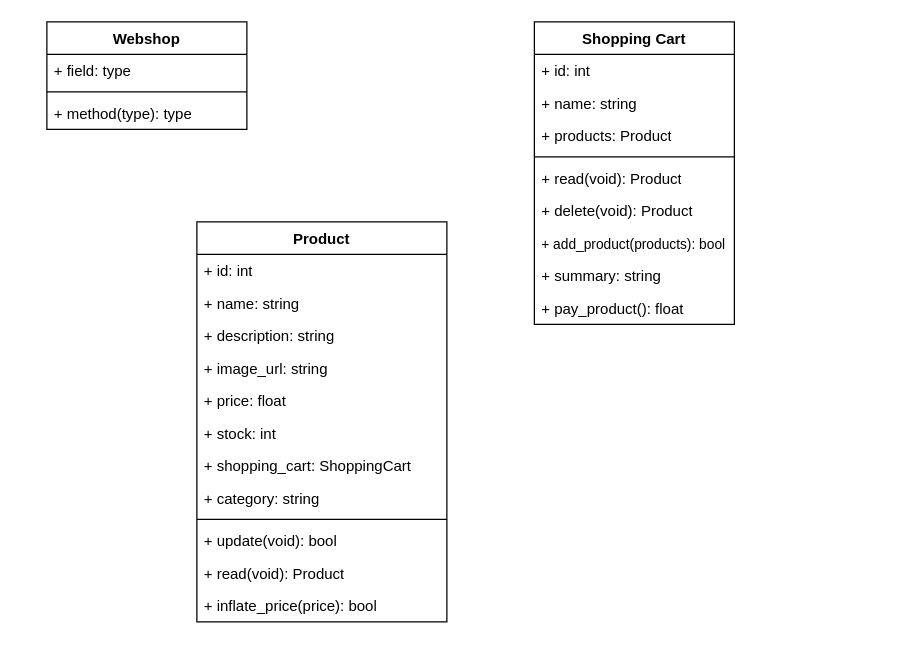
MoroniStubbe/project8 keeps this draw.io diagram as merged projects/documentatie/klassendiagram.drawio. Above is the earlier version. Source tidied: cells renumbered, new cells numbered last; positions are measured from the earlier drawing's top-left corner, leaving out a move shared by most shapes. Both pictures are drawn from the tidied source at 125%, with x=0, y=0 at pixel (46, 21).
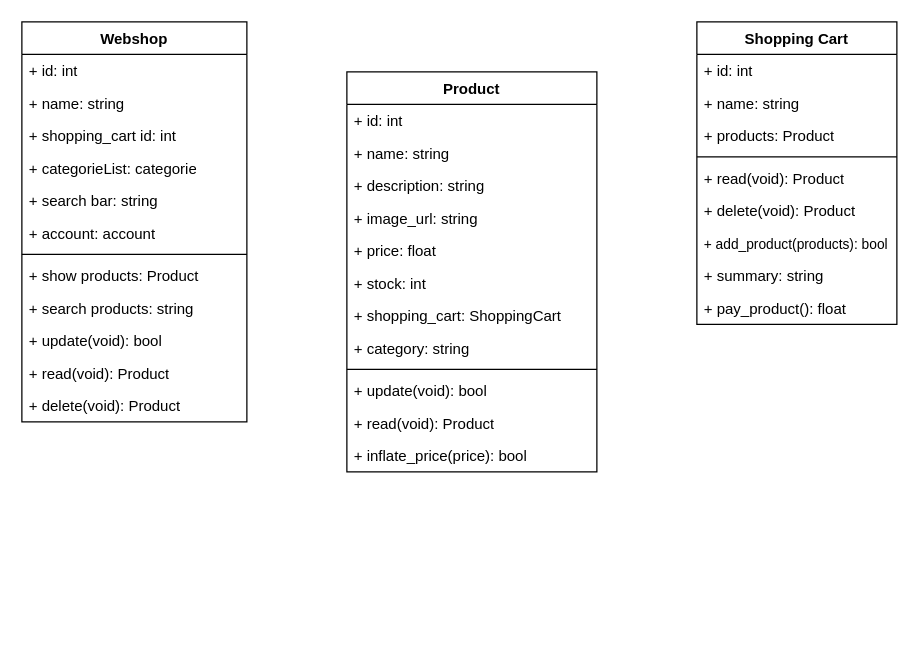
Above is the later version.

Commit message:
add webshop klassendiagram

Diff of the diagram source:
```diff
@@
-    <mxCell id="2" value="Webshop" style="swimlane;fontStyle=1;align=center;verticalAlign=top;horizontal=1;startSize=26;whiteSpace=wrap;html=1;" parent="1" vertex="1">
-      <mxGeometry width="160" height="86" as="geometry" />
-    </mxCell>
-    <mxCell id="3" value="+ field: type" style="text;strokeColor=none;fillColor=none;align=left;verticalAlign=top;spacingLeft=4;spacingRight=4;overflow=hidden;whiteSpace=wrap;html=1;" parent="2" vertex="1">
-      <mxGeometry y="26" width="160" height="26" as="geometry" />
-    </mxCell>
-    <mxCell id="4" style="line;strokeWidth=1;fillColor=none;align=left;verticalAlign=middle;spacingTop=-1;spacingLeft=3;spacingRight=3;labelPosition=right;strokeColor=inherit;" parent="2" vertex="1">
-      <mxGeometry y="52" width="160" height="8" as="geometry" />
-    </mxCell>
-    <mxCell id="5" value="+ method(type): type" style="text;strokeColor=none;fillColor=none;align=left;verticalAlign=top;spacingLeft=4;spacingRight=4;overflow=hidden;whiteSpace=wrap;html=1;" parent="2" vertex="1">
-      <mxGeometry y="60" width="160" height="26" as="geometry" />
-    </mxCell>
     <mxCell id="6" value="Product" style="swimlane;fontStyle=1;align=center;verticalAlign=top;horizontal=1;startSize=26;whiteSpace=wrap;html=1;" parent="1" vertex="1">
-      <mxGeometry x="120" y="160" width="200" height="320" as="geometry" />
+      <mxGeometry x="240" y="40" width="200" height="320" as="geometry" />
     </mxCell>
@@
     <mxCell id="19" value="Shopping Cart" style="swimlane;fontStyle=1;align=center;verticalAlign=top;horizontal=1;startSize=26;whiteSpace=wrap;html=1;" parent="1" vertex="1">
-      <mxGeometry x="390" width="160" height="242" as="geometry" />
+      <mxGeometry x="520" width="160" height="242" as="geometry" />
     </mxCell>
@@
+    <mxCell id="2" value="Webshop" style="swimlane;fontStyle=1;align=center;verticalAlign=top;horizontal=1;startSize=26;whiteSpace=wrap;html=1;" parent="1" vertex="1">
+      <mxGeometry x="-20" width="180" height="320" as="geometry" />
+    </mxCell>
+    <mxCell id="30" value="+ id: int" style="text;strokeColor=none;fillColor=none;align=left;verticalAlign=top;spacingLeft=4;spacingRight=4;overflow=hidden;whiteSpace=wrap;html=1;" parent="2" vertex="1">
+      <mxGeometry y="26" width="180" height="26" as="geometry" />
+    </mxCell>
+    <mxCell id="31" value="+ name: string" style="text;strokeColor=none;fillColor=none;align=left;verticalAlign=top;spacingLeft=4;spacingRight=4;overflow=hidden;whiteSpace=wrap;html=1;" parent="2" vertex="1">
+      <mxGeometry y="52" width="180" height="26" as="geometry" />
+    </mxCell>
+    <mxCell id="32" value="+ shopping_cart id: int" style="text;strokeColor=none;fillColor=none;align=left;verticalAlign=top;spacingLeft=4;spacingRight=4;overflow=hidden;whiteSpace=wrap;html=1;" parent="2" vertex="1">
+      <mxGeometry y="78" width="180" height="26" as="geometry" />
+    </mxCell>
+    <mxCell id="33" value="+ categorieList: categorie" style="text;strokeColor=none;fillColor=none;align=left;verticalAlign=top;spacingLeft=4;spacingRight=4;overflow=hidden;whiteSpace=wrap;html=1;" parent="2" vertex="1">
+      <mxGeometry y="104" width="180" height="26" as="geometry" />
+    </mxCell>
+    <mxCell id="34" value="+ search bar: string&amp;nbsp;" style="text;strokeColor=none;fillColor=none;align=left;verticalAlign=top;spacingLeft=4;spacingRight=4;overflow=hidden;whiteSpace=wrap;html=1;" parent="2" vertex="1">
+      <mxGeometry y="130" width="180" height="26" as="geometry" />
+    </mxCell>
+    <mxCell id="35" value="+ account: account" style="text;strokeColor=none;fillColor=none;align=left;verticalAlign=top;spacingLeft=4;spacingRight=4;overflow=hidden;whiteSpace=wrap;html=1;" parent="2" vertex="1">
+      <mxGeometry y="156" width="180" height="26" as="geometry" />
+    </mxCell>
+    <mxCell id="36" style="line;strokeWidth=1;fillColor=none;align=left;verticalAlign=middle;spacingTop=-1;spacingLeft=3;spacingRight=3;labelPosition=right;strokeColor=inherit;" parent="2" vertex="1">
+      <mxGeometry y="182" width="180" height="8" as="geometry" />
+    </mxCell>
+    <mxCell id="37" value="+ show products: Product" style="text;strokeColor=none;fillColor=none;align=left;verticalAlign=top;spacingLeft=4;spacingRight=4;overflow=hidden;whiteSpace=wrap;html=1;" parent="2" vertex="1">
+      <mxGeometry y="190" width="180" height="26" as="geometry" />
+    </mxCell>
+    <mxCell id="38" value="+ search products: string" style="text;strokeColor=none;fillColor=none;align=left;verticalAlign=top;spacingLeft=4;spacingRight=4;overflow=hidden;whiteSpace=wrap;html=1;" parent="2" vertex="1">
+      <mxGeometry y="216" width="180" height="26" as="geometry" />
+    </mxCell>
+    <mxCell id="39" value="+ update(void): bool" style="text;strokeColor=none;fillColor=none;align=left;verticalAlign=top;spacingLeft=4;spacingRight=4;overflow=hidden;whiteSpace=wrap;html=1;" parent="2" vertex="1">
+      <mxGeometry y="242" width="180" height="26" as="geometry" />
+    </mxCell>
+    <mxCell id="40" value="+ read(void): Product&lt;div&gt;&lt;br&gt;&lt;/div&gt;" style="text;strokeColor=none;fillColor=none;align=left;verticalAlign=top;spacingLeft=4;spacingRight=4;overflow=hidden;whiteSpace=wrap;html=1;" parent="2" vertex="1">
+      <mxGeometry y="268" width="180" height="26" as="geometry" />
+    </mxCell>
+    <mxCell id="41" value="&lt;span style=&quot;color: rgba(0, 0, 0, 0); font-family: monospace; font-size: 0px; text-wrap: nowrap;&quot;&gt;+&lt;/span&gt;" style="text;strokeColor=none;fillColor=none;align=left;verticalAlign=top;spacingLeft=4;spacingRight=4;overflow=hidden;whiteSpace=wrap;html=1;" parent="2" vertex="1">
+      <mxGeometry y="294" width="180" as="geometry" />
+    </mxCell>
+    <mxCell id="42" value="+ delete(void): Product" style="text;strokeColor=none;fillColor=none;align=left;verticalAlign=top;spacingLeft=4;spacingRight=4;overflow=hidden;whiteSpace=wrap;html=1;" parent="2" vertex="1">
+      <mxGeometry y="294" width="180" height="26" as="geometry" />
+    </mxCell>
```
